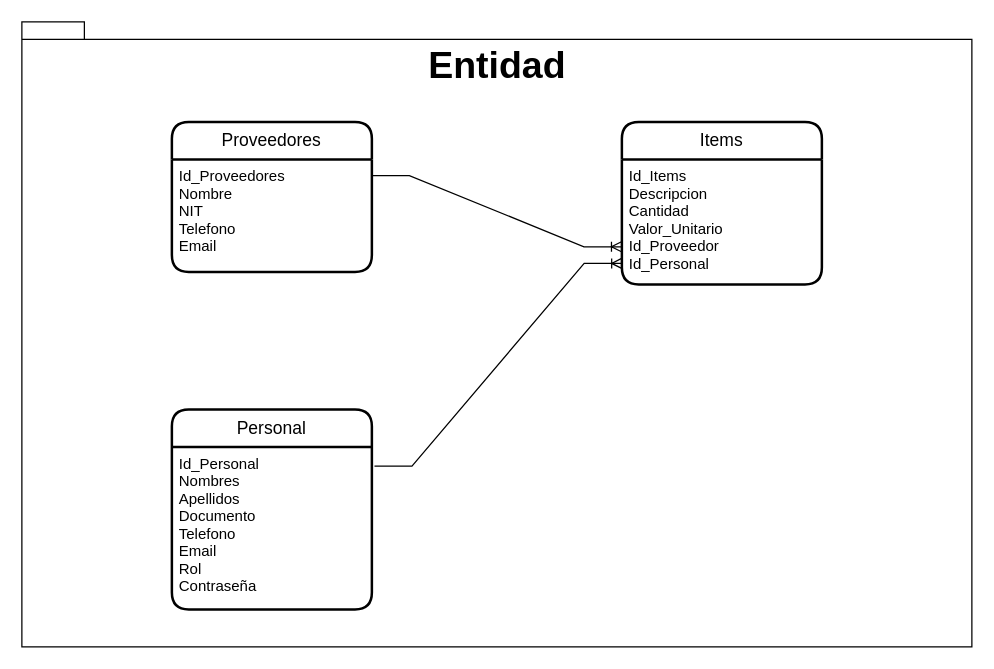
This is page "Entidad" (2 of 3) of Documentación/MVC.drawio from vladimbol7/Proyecto_Ciclo3, a draw.io file, before an edit. Source tidied: cells renumbered, new cells numbered last; positions are measured from the earlier drawing's top-left corner, leaving out a move shared by most shapes. Both pictures are drawn from the tidied source at 125%, with x=0, y=0 at pixel (21, 21).
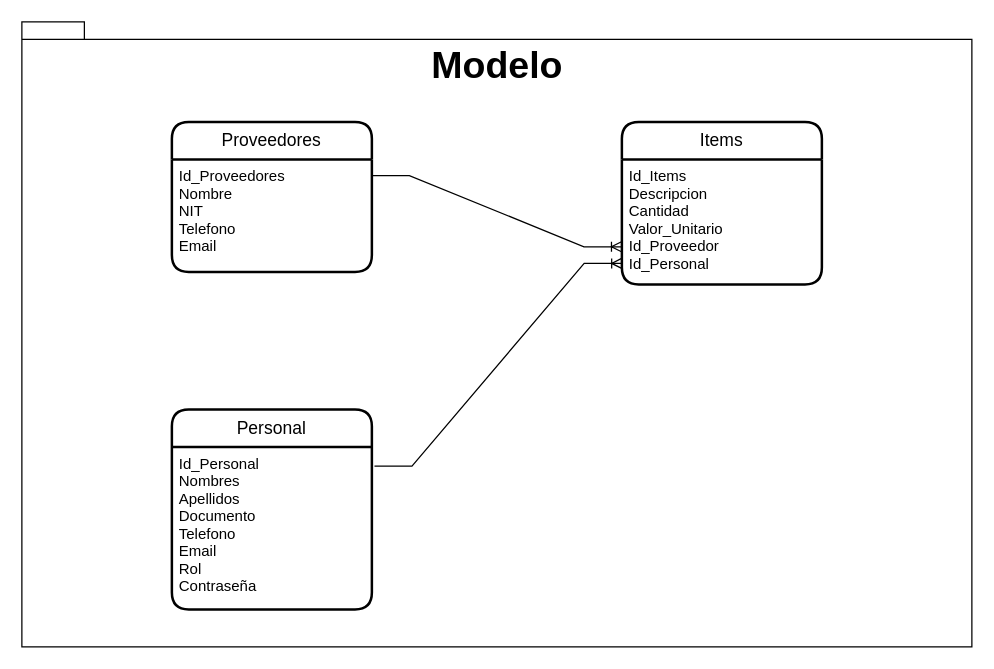
The same diagram, later.

Diff of the diagram source:
```diff
@@
 <mxGraphModel>
   <root>
     <mxCell id="0" />
     <mxCell id="1" parent="0" />
-    <mxCell id="2" value="Entidad" style="shape=folder;fontStyle=1;spacingTop=10;tabWidth=40;tabHeight=14;tabPosition=left;html=1;fontSize=30;verticalAlign=top;" parent="1" vertex="1">
+    <mxCell id="2" value="Modelo" style="shape=folder;fontStyle=1;spacingTop=10;tabWidth=40;tabHeight=14;tabPosition=left;html=1;fontSize=30;verticalAlign=top;" parent="1" vertex="1">
       <mxGeometry width="760" height="500" as="geometry" />
     </mxCell>
     <mxCell id="3" value="Proveedores" style="swimlane;horizontal=1;startSize=30;rounded=1;fontSize=14;fontStyle=0;strokeWidth=2;shadow=0;dashed=0;align=center;verticalAlign=top;" parent="1" vertex="1">
       <mxGeometry x="120" y="80" width="160" height="120" as="geometry" />
     </mxCell>
     <mxCell id="4" value="Id_Proveedores&#10;Nombre&#10;NIT&#10;Telefono&#10;Email" style="align=left;strokeColor=none;fillColor=none;spacingLeft=4;fontSize=12;verticalAlign=top;" parent="3" vertex="1">
       <mxGeometry y="30" width="160" height="90" as="geometry" />
     </mxCell>
     <mxCell id="5" value="Items" style="swimlane;horizontal=1;startSize=30;rounded=1;fontSize=14;fontStyle=0;strokeWidth=2;shadow=0;dashed=0;align=center;verticalAlign=top;" parent="1" vertex="1">
       <mxGeometry x="480" y="80" width="160" height="130" as="geometry" />
     </mxCell>
     <mxCell id="6" value="Id_Items&#10;Descripcion&#10;Cantidad&#10;Valor_Unitario&#10;Id_Proveedor&#10;Id_Personal" style="align=left;strokeColor=none;fillColor=none;spacingLeft=4;fontSize=12;verticalAlign=top;" parent="5" vertex="1">
       <mxGeometry y="30" width="160" height="100" as="geometry" />
     </mxCell>
     <mxCell id="7" value="Personal" style="swimlane;horizontal=1;startSize=30;rounded=1;fontSize=14;fontStyle=0;strokeWidth=2;shadow=0;dashed=0;align=center;verticalAlign=top;" parent="1" vertex="1">
       <mxGeometry x="120" y="310" width="160" height="160" as="geometry" />
     </mxCell>
     <mxCell id="8" value="Id_Personal&#10;Nombres&#10;Apellidos&#10;Documento&#10;Telefono&#10;Email&#10;Rol&#10;Contraseña" style="align=left;strokeColor=none;fillColor=none;spacingLeft=4;fontSize=12;verticalAlign=top;" parent="7" vertex="1">
       <mxGeometry y="30" width="160" height="130" as="geometry" />
     </mxCell>
     <mxCell id="9" style="edgeStyle=entityRelationEdgeStyle;fontSize=12;html=1;endArrow=ERoneToMany;rounded=0;exitX=1;exitY=0.144;exitDx=0;exitDy=0;exitPerimeter=0;entryX=-0.002;entryY=0.699;entryDx=0;entryDy=0;entryPerimeter=0;verticalAlign=top;" parent="1" edge="1" source="4" target="6">
       <mxGeometry relative="1" as="geometry" />
     </mxCell>
     <mxCell id="10" style="edgeStyle=entityRelationEdgeStyle;fontSize=12;html=1;endArrow=ERoneToMany;rounded=0;exitX=1.013;exitY=0.118;exitDx=0;exitDy=0;exitPerimeter=0;entryX=-0.001;entryY=0.832;entryDx=0;entryDy=0;entryPerimeter=0;verticalAlign=top;" parent="1" edge="1" source="8" target="6">
       <mxGeometry relative="1" as="geometry" />
     </mxCell>
   </root>
 </mxGraphModel>
```
